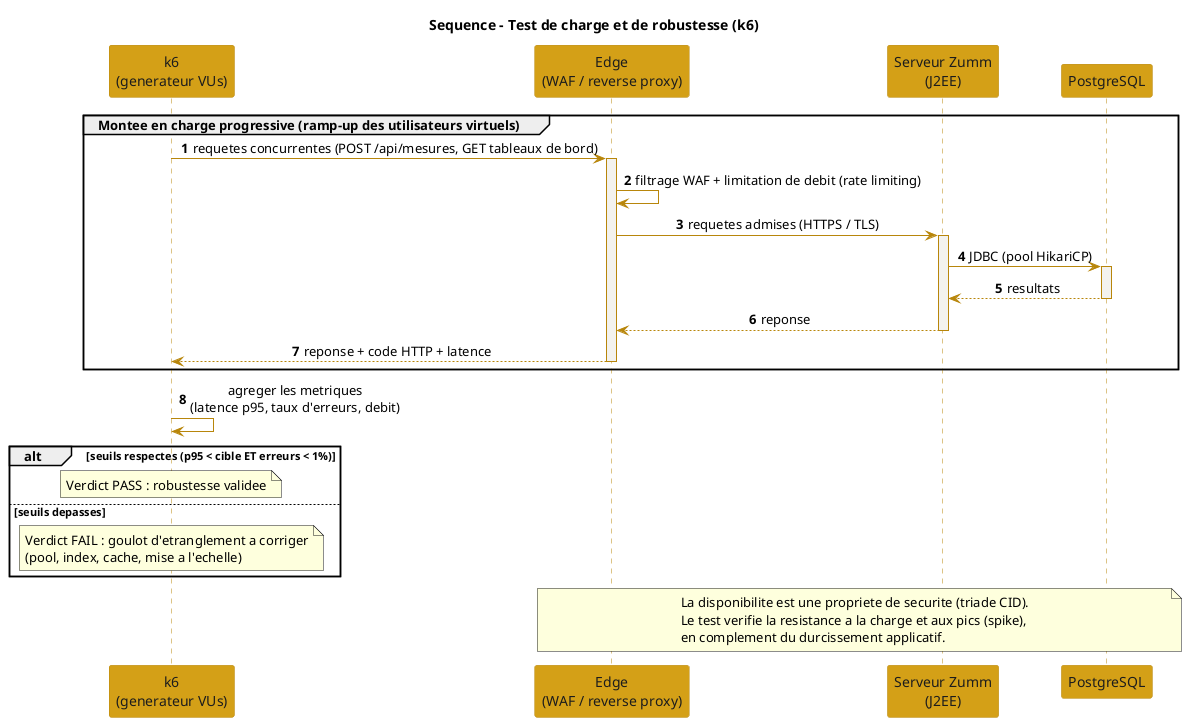
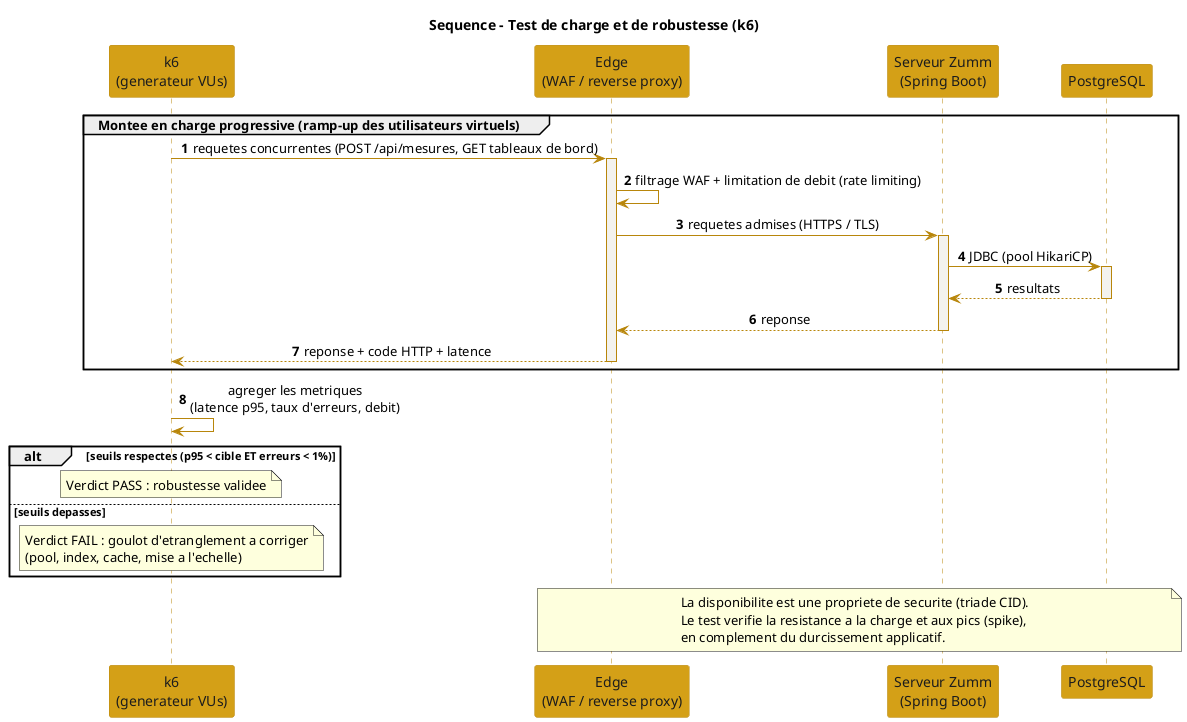
@startuml diagramme_sequence_test_charge
' Diagramme de sequence - Test de charge et de robustesse avec k6
' La disponibilite fait partie de la securite (triade CID : disponibilite).
skinparam shadowing false
skinparam sequenceMessageAlign center
skinparam ParticipantPadding 16
skinparam BoxPadding 12
skinparam sequence {
  ArrowColor #B8860B
  LifeLineBorderColor #B8860B
  LifeLineBackgroundColor #F3F2EE
  ParticipantBorderColor #B8860B
  ParticipantBackgroundColor #D4A017
  ParticipantFontColor #1C1C1C
  ActorBorderColor #B8860B
  ActorBackgroundColor #F3F2EE
}
title Sequence - Test de charge et de robustesse (k6)

participant "k6\n(generateur VUs)" as k6
participant "Edge\n(WAF / reverse proxy)" as Edge
- participant "Serveur Zumm\n(J2EE)" as Srv
+ participant "Serveur Zumm\n(Spring Boot)" as Srv
participant "PostgreSQL" as BD

autonumber

group Montee en charge progressive (ramp-up des utilisateurs virtuels)
  k6 -> Edge : requetes concurrentes (POST /api/mesures, GET tableaux de bord)
  activate Edge
  Edge -> Edge : filtrage WAF + limitation de debit (rate limiting)
  Edge -> Srv : requetes admises (HTTPS / TLS)
  activate Srv
  Srv -> BD : JDBC (pool HikariCP)
  activate BD
  BD --> Srv : resultats
  deactivate BD
  Srv --> Edge : reponse
  deactivate Srv
  Edge --> k6 : reponse + code HTTP + latence
  deactivate Edge
end

k6 -> k6 : agreger les metriques\n(latence p95, taux d'erreurs, debit)

alt seuils respectes (p95 < cible ET erreurs < 1%)
  note over k6 : Verdict PASS : robustesse validee
else seuils depasses
  note over k6 : Verdict FAIL : goulot d'etranglement a corriger\n(pool, index, cache, mise a l'echelle)
end

note over Edge, BD
  La disponibilite est une propriete de securite (triade CID).
  Le test verifie la resistance a la charge et aux pics (spike),
  en complement du durcissement applicatif.
end note

@enduml
